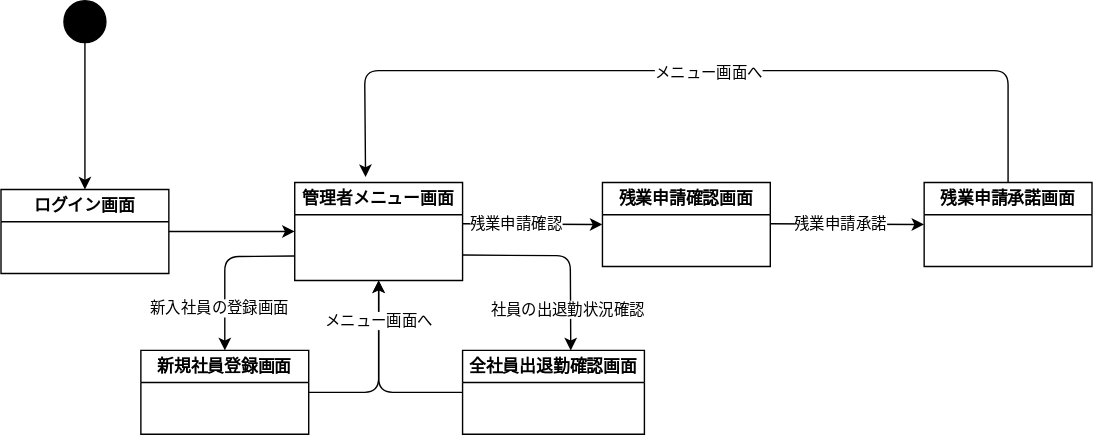
Above: pro管理者.drawio.svg in hosoya0503/uml-intro (draw.io), before the change. Source tidied: cells renumbered, new cells last; positions are measured from the earlier drawing's top-left corner, leaving out a move shared by most shapes.
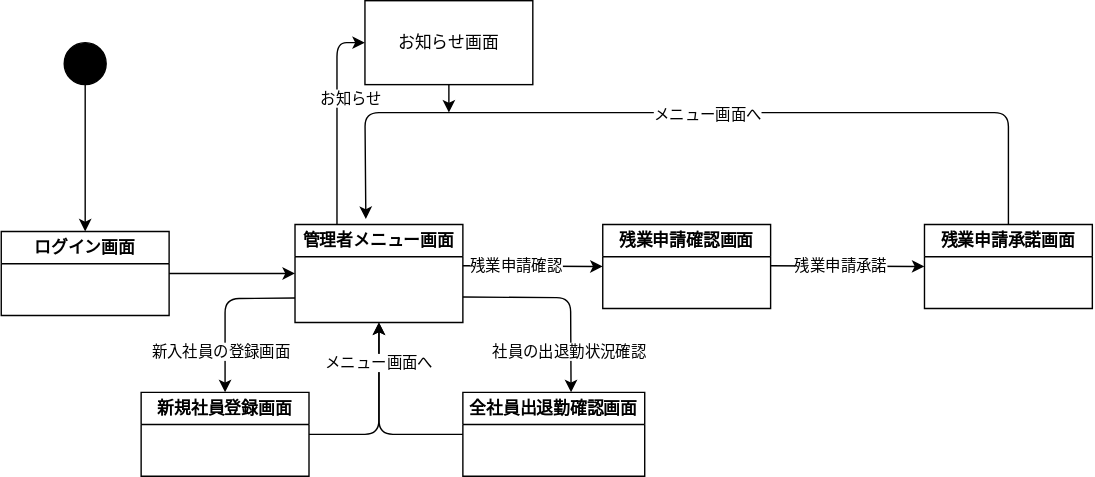
After the commit.

What changed in the source:
```diff
@@ -34,6 +34,13 @@
         <mxPoint x="-21" y="33" as="offset" />
       </mxGeometry>
     </mxCell>
+    <mxCell id="24" value="お知らせ" style="edgeStyle=none;html=1;exitX=0.25;exitY=0;exitDx=0;exitDy=0;entryX=0;entryY=0.5;entryDx=0;entryDy=0;" parent="1" edge="1" source="8" target="26">
+      <mxGeometry x="0.2" y="-10" relative="1" as="geometry">
+        <Array as="points">
+          <mxPoint x="240" />
+        </Array>
+      </mxGeometry>
+    </mxCell>
     <mxCell id="8" value="管理者メニュー画面" style="swimlane;whiteSpace=wrap;html=1;" parent="1" vertex="1">
       <mxGeometry x="210" y="130" width="120" height="70" as="geometry" />
     </mxCell>
@@ -101,5 +108,13 @@
     <mxCell id="23" value="全社員出退勤確認画面" style="swimlane;whiteSpace=wrap;html=1;" parent="1" vertex="1">
       <mxGeometry x="330" y="250" width="130" height="60" as="geometry" />
     </mxCell>
+    <mxCell id="25" style="edgeStyle=none;html=1;" parent="1" edge="1" source="26">
+      <mxGeometry relative="1" as="geometry">
+        <mxPoint x="320" y="50" as="targetPoint" />
+      </mxGeometry>
+    </mxCell>
+    <mxCell id="26" value="お知らせ画面" style="rounded=0;whiteSpace=wrap;html=1;" parent="1" vertex="1">
+      <mxGeometry x="260" y="-30" width="120" height="60" as="geometry" />
+    </mxCell>
   </root>
 </mxGraphModel>
```
